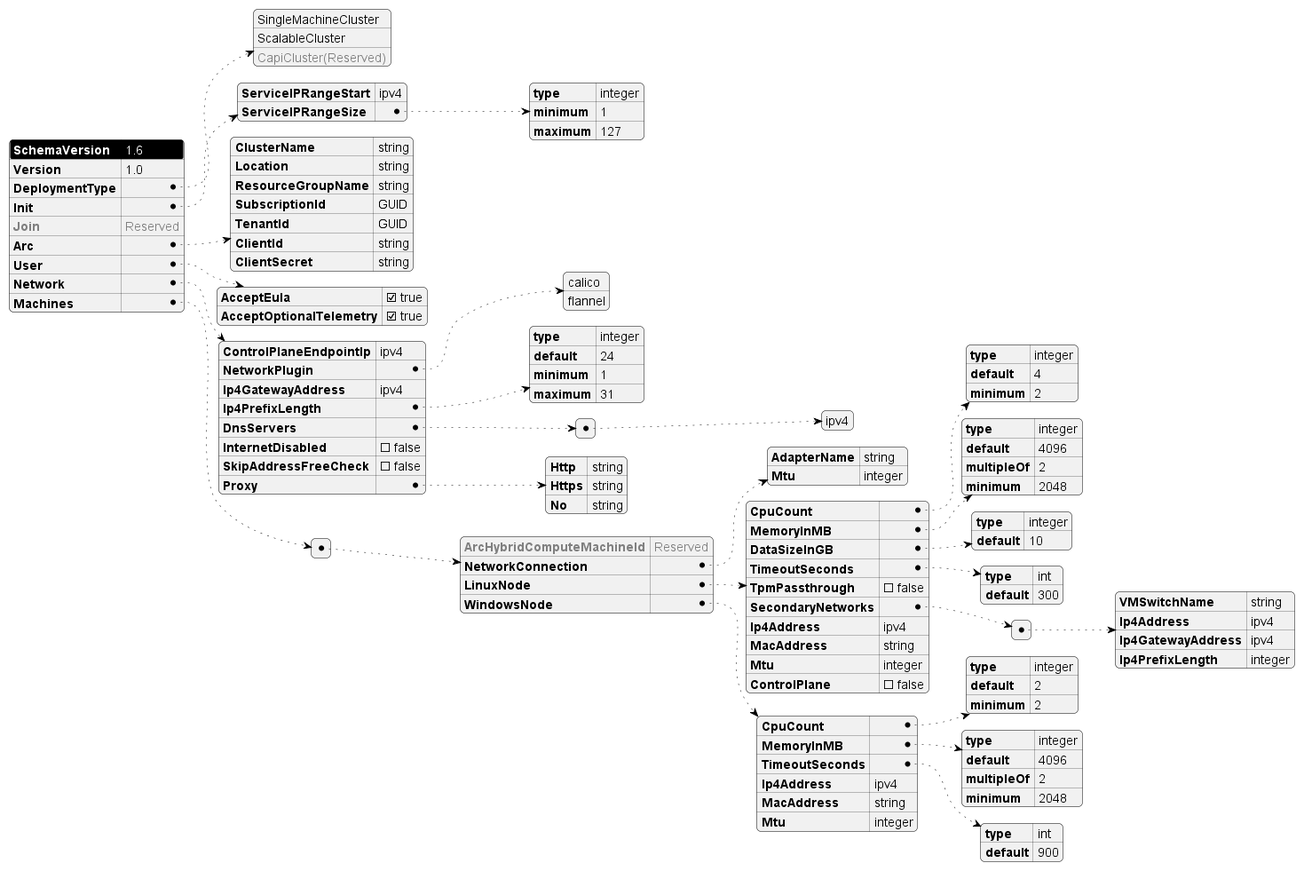
Azure/AKS-Edge keeps this PlantUML diagram as tools/modules/AksEdgeDeploy/AksEdgeSchema.png. Above is the earlier version.
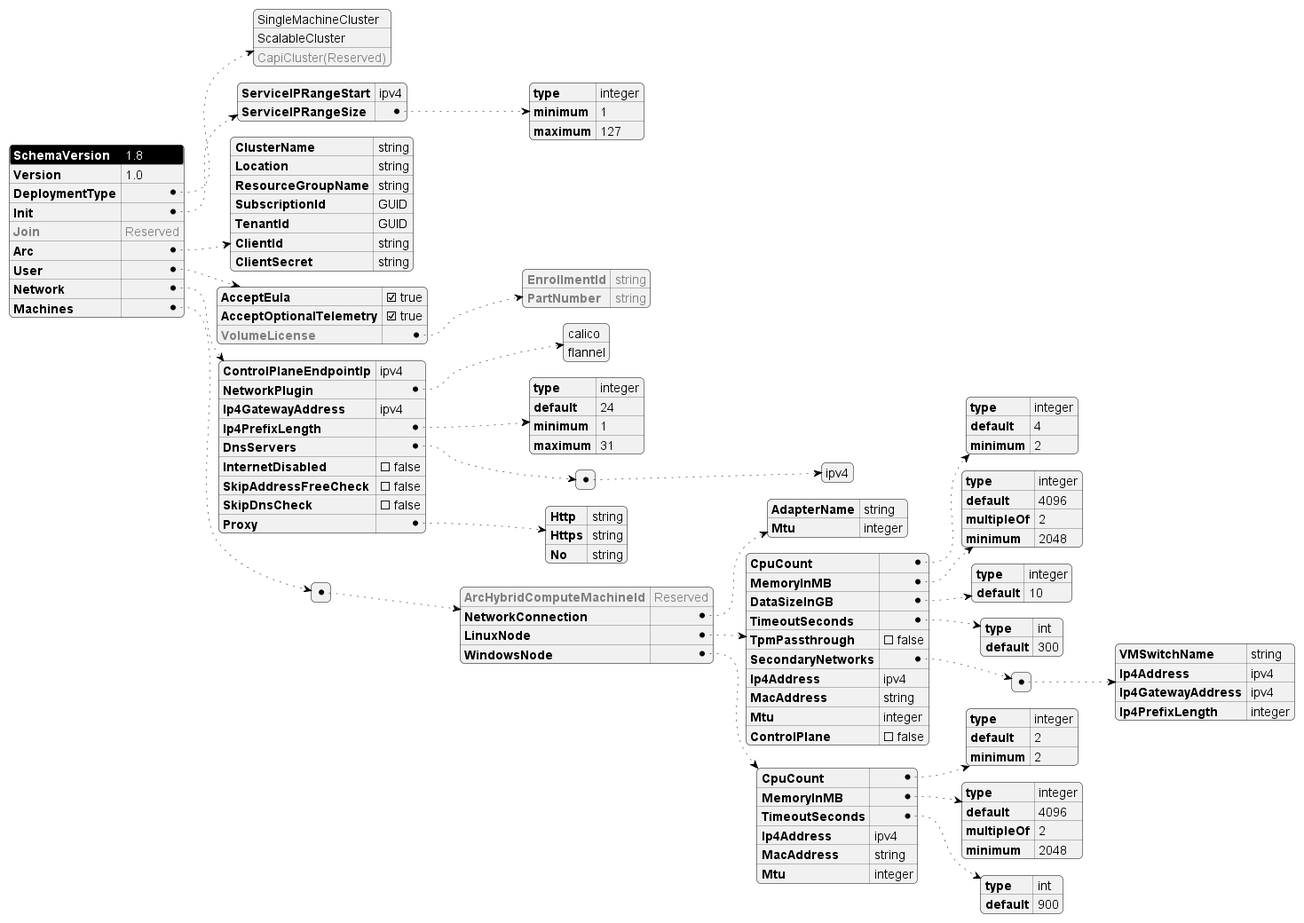
Later version of the same file.

What changed in the source:
```diff
@@ -21,7 +21,7 @@
 </style>
 #highlight "SchemaVersion"
 {
-    "SchemaVersion": "1.6",
+    "SchemaVersion": "1.8",
     "Version": "1.0",
     "DeploymentType": [
             "SingleMachineCluster",
@@ -48,7 +48,11 @@
     },
     "User": {
         "AcceptEula": true,
-        "AcceptOptionalTelemetry": true
+        "AcceptOptionalTelemetry": true,
+        "<color:gray>VolumeLicense":{
+            "<color:gray>EnrollmentId":"<color:gray>string",
+            "<color:gray>PartNumber":"<color:gray>string"
+        }
     },
     "Network": {
         "ControlPlaneEndpointIp": "ipv4",
@@ -66,6 +70,7 @@
         "DnsServers": [["ipv4"]],
         "InternetDisabled": false,
         "SkipAddressFreeCheck":false,
+        "SkipDnsCheck":false,
         "Proxy": {
             "Http":"string",
             "Https":"string",
```
